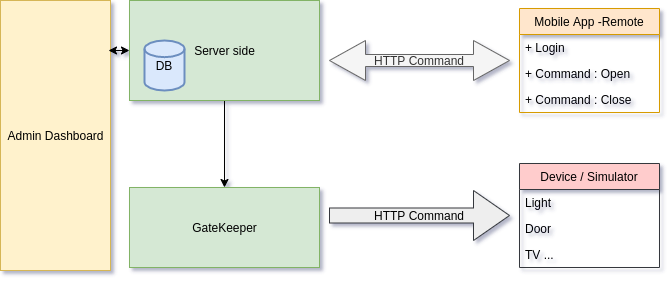
Above: documentation/architecture.png in iloveyii/mobile-platforms-dt581b-project (draw.io), before the change. Source tidied: cells renumbered, new cells last; positions are measured from the earlier drawing's top-left corner, leaving out a move shared by most shapes.
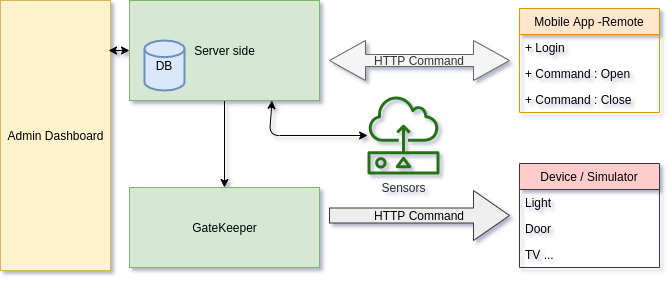
Later version of the same file.

Change to the diagram source:
```diff
@@ -52,5 +52,15 @@
     <mxCell id="17" value="+ Command : Close" style="text;align=left;verticalAlign=top;spacingLeft=4;spacingRight=4;overflow=hidden;" parent="14" vertex="1">
       <mxGeometry y="78" width="140" height="26" as="geometry" />
     </mxCell>
+    <mxCell id="18" value="Sensors" style="outlineConnect=0;fontColor=#232F3E;gradientColor=none;fillColor=#277116;strokeColor=none;dashed=0;verticalLabelPosition=bottom;verticalAlign=top;align=center;html=1;fontSize=12;fontStyle=0;shape=mxgraph.aws4.sensor;" parent="1" vertex="1">
+      <mxGeometry x="367" y="96" width="72" height="78" as="geometry" />
+    </mxCell>
+    <mxCell id="19" style="endArrow=classic;startArrow=classic;html=1;entryX=0.75;entryY=1;entryDx=0;entryDy=0;" parent="1" edge="1" source="18" target="3">
+      <mxGeometry relative="1" as="geometry">
+        <Array as="points">
+          <mxPoint x="269" y="135" />
+        </Array>
+      </mxGeometry>
+    </mxCell>
   </root>
 </mxGraphModel>
```
